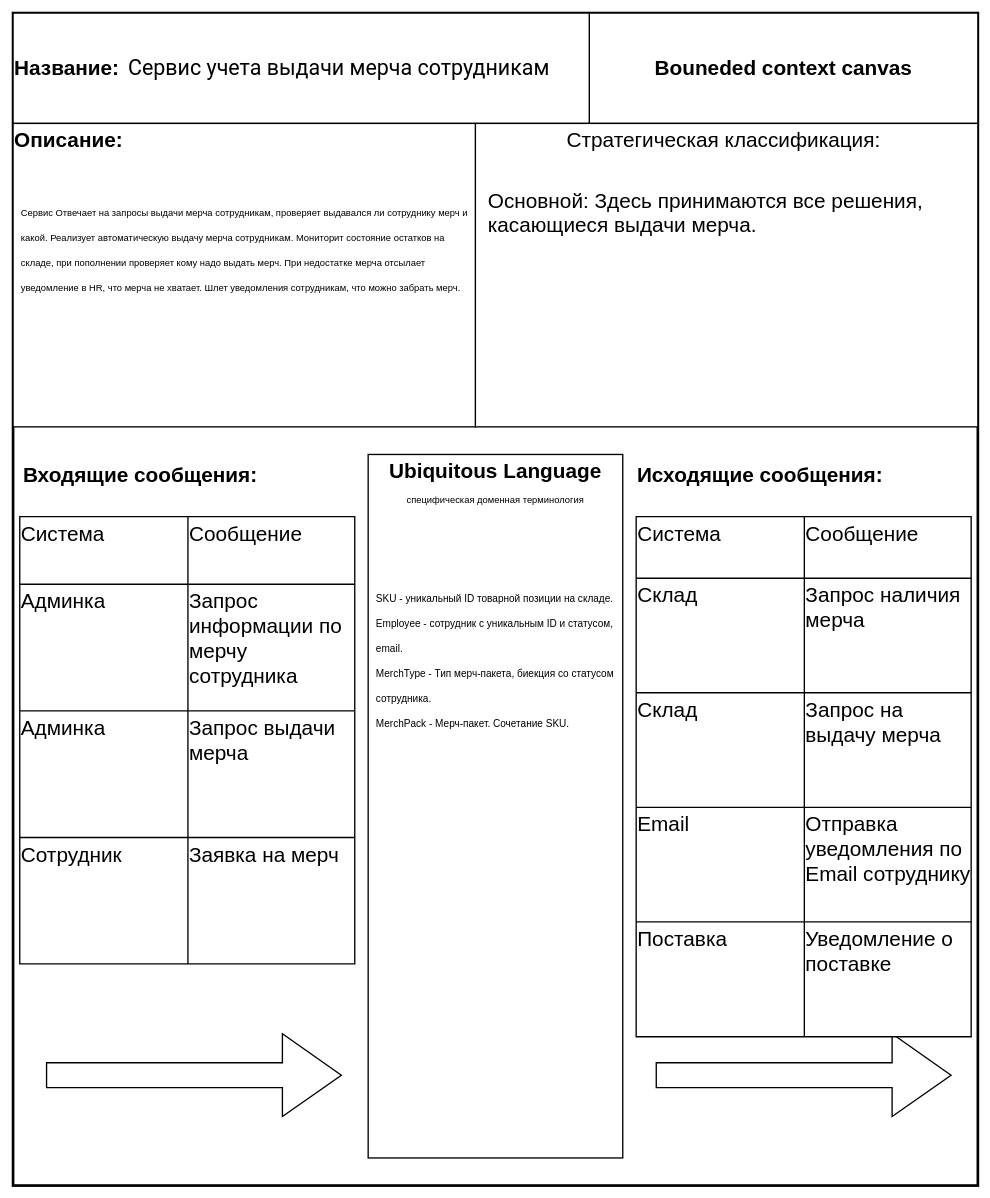
ozon-edu-csharp-2021/bkambiev keeps this draw.io diagram as Bounded Context Canvas.drawio. Above is the earlier version. Source tidied: cells renumbered, new cells numbered last; positions are measured from the earlier drawing's top-left corner, leaving out a move shared by most shapes. Both pictures are drawn from the tidied source at 67%, with x=0, y=0 at pixel (13, 13).
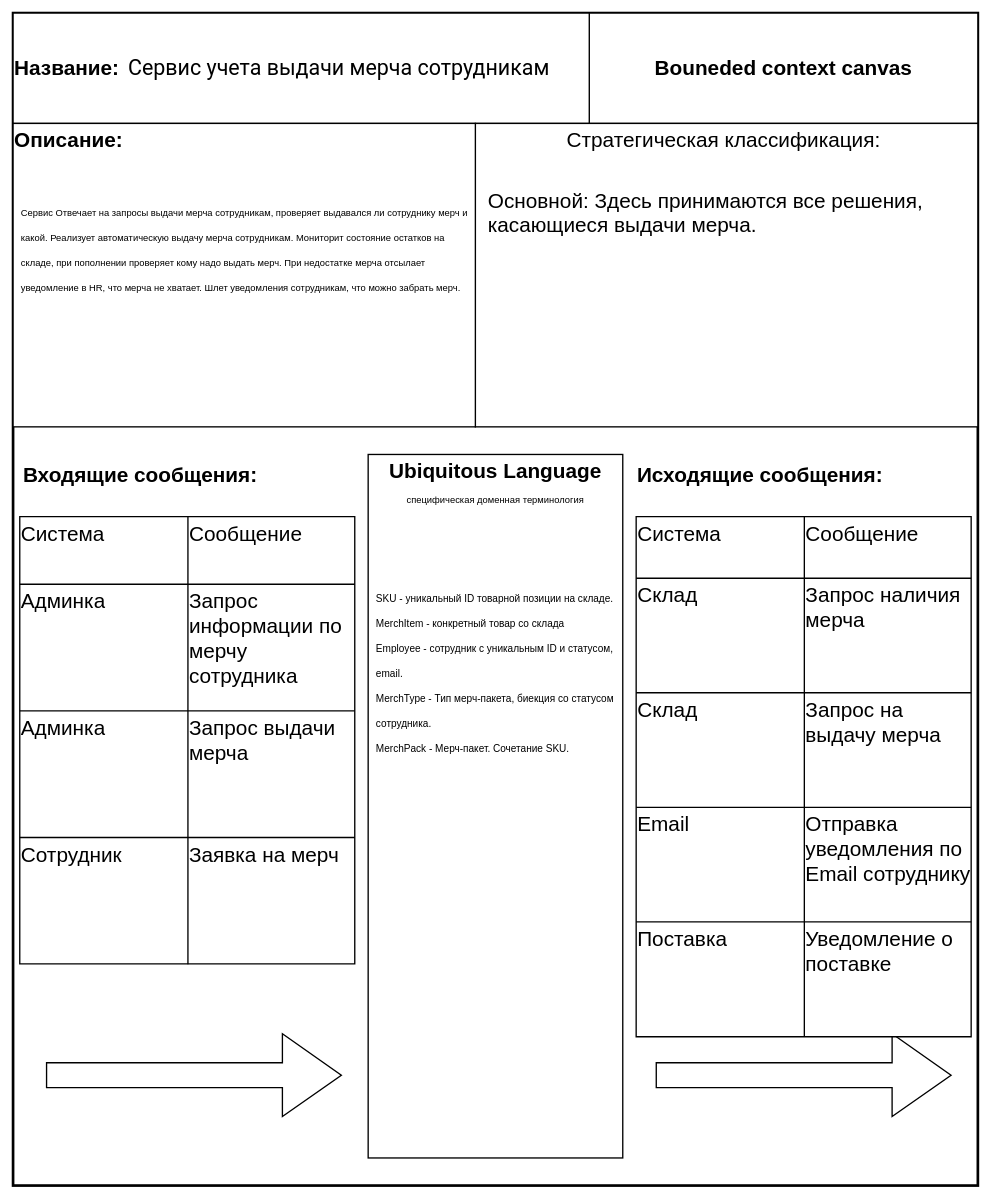
After the change.

The change refers to these unchanged cells:
```xml
<mxCell id="2" style="group;" parent="1" vertex="1">
  <mxGeometry width="1440" height="1750" as="geometry" />
</mxCell>
```

Change to the diagram source:
```diff
@@
-    <mxCell id="51" value="&lt;font style=&quot;font-size: 15px&quot;&gt;SKU - уникальный ID товарной позиции на складе.&lt;br&gt;Employee - сотрудник с уникальным ID и статусом, email.&lt;br&gt;MerchType - Тип мерч-пакета, биекция со статусом сотрудника.&lt;br&gt;MerchPack - Мерч-пакет. Сочетание SKU.&lt;br&gt;&lt;br&gt;&lt;br&gt;&lt;/font&gt;" style="text;html=1;strokeColor=none;fillColor=none;align=left;verticalAlign=top;whiteSpace=wrap;rounded=0;shadow=0;glass=0;sketch=0;fontSize=31;" parent="2" vertex="1">
+    <mxCell id="51" value="&lt;font style=&quot;font-size: 15px&quot;&gt;SKU - уникальный ID товарной позиции на складе.&lt;br&gt;MerchItem - конкретный товар со склада&lt;br&gt;Employee - сотрудник с уникальным ID и статусом, email.&lt;br&gt;MerchType - Тип мерч-пакета, биекция со статусом сотрудника.&lt;br&gt;MerchPack - Мерч-пакет. Сочетание SKU.&lt;br&gt;&lt;br&gt;&lt;br&gt;&lt;/font&gt;" style="text;html=1;strokeColor=none;fillColor=none;align=left;verticalAlign=top;whiteSpace=wrap;rounded=0;shadow=0;glass=0;sketch=0;fontSize=31;" parent="2" vertex="1">
       <mxGeometry x="540" y="844.1" width="360" height="855.9" as="geometry" />
     </mxCell>
```
